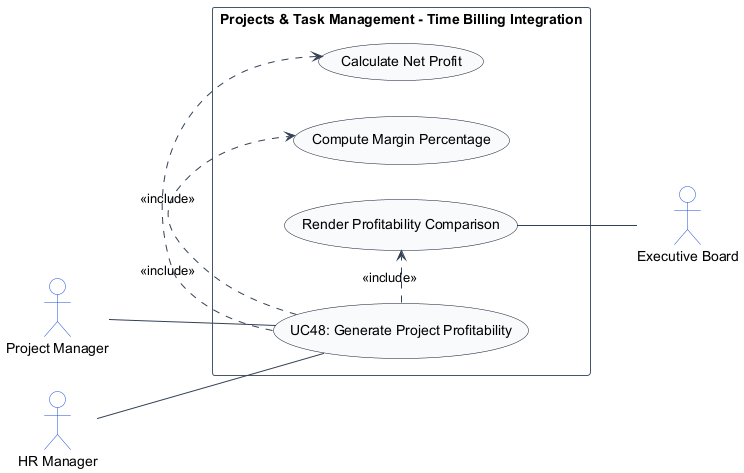
Above: usecase_images/UC48.png in TamBui1706/HRPlatform (PlantUML), before the change.
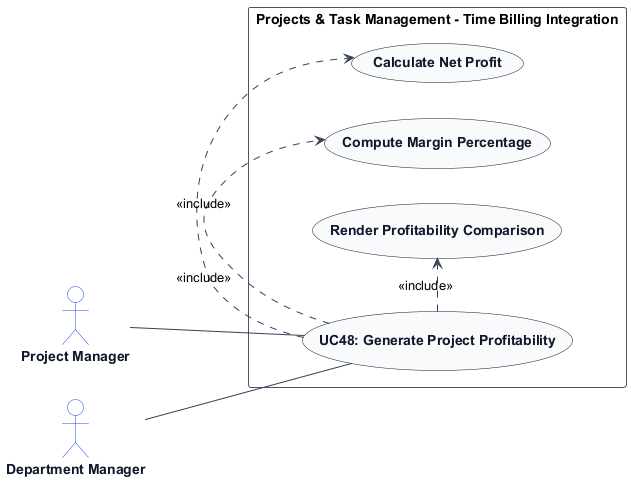
After the change.

The edit, as a diff of the source:
```diff
@@ -7,14 +7,19 @@
 skinparam ArrowColor #334155
 skinparam ActorBorderColor #1d4ed8
 skinparam ActorBackgroundColor #ffffff
+skinparam ActorFontColor #0f172a
+skinparam ActorFontStyle bold
+
 skinparam UsecaseBorderColor #0f172a
 skinparam UsecaseBackgroundColor #f8fafc
+skinparam UsecaseFontColor #0f172a
+skinparam UsecaseFontStyle bold
+
 skinparam RectangleBorderColor #475569
 skinparam RectangleBackgroundColor #ffffff
 
 actor "Project Manager" as ProjectManager
-actor "HR Manager" as HRManager
-actor "Executive Board" as ExecutiveBoard
+actor "Department Manager" as DepartmentManager
 
 rectangle "Projects & Task Management - Time Billing Integration" {
     usecase "UC48: Generate Project Profitability" as UC_Main
@@ -23,10 +28,9 @@
     usecase "Render Profitability Comparison" as UC_RenderProfit
 
     ProjectManager -- UC_Main
-    HRManager -- UC_Main
+    DepartmentManager -- UC_Main
     UC_Main .> UC_CalcNet : <<include>>
     UC_Main .> UC_CompMargin : <<include>>
     UC_Main .> UC_RenderProfit : <<include>>
-    UC_RenderProfit -- ExecutiveBoard
 }
 @enduml
```
